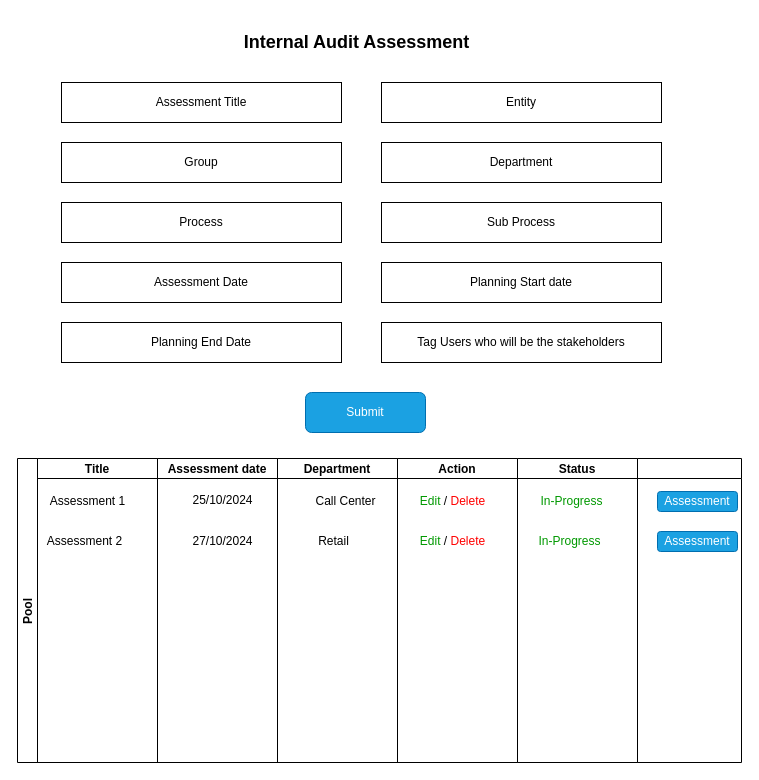
Above: page "Assessment" (1 of 4) of internal_audit.drawio in AvikM1996/draw.io (draw.io), before the change. Source tidied: cells renumbered, new cells numbered last; positions are measured from the earlier drawing's top-left corner, leaving out a move shared by most shapes. Both pictures are drawn from the tidied source at 100%, with x=0, y=0 at pixel (17, 22).
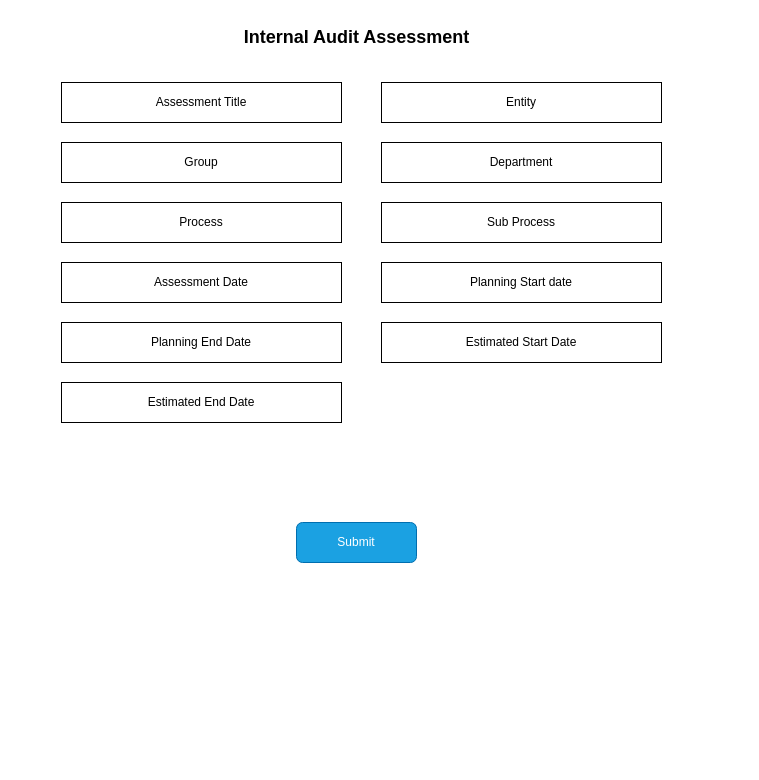
After the change.

The edit, as a diff of the source:
```diff
@@
     <mxCell id="2" value="&lt;font style=&quot;font-size: 18px;&quot;&gt;&lt;b&gt;Internal Audit Assessment&lt;/b&gt;&lt;/font&gt;" style="text;html=1;align=center;verticalAlign=middle;strokeColor=none;fillColor=none;" parent="1" vertex="1">
-      <mxGeometry x="214" width="250" height="40" as="geometry" />
+      <mxGeometry x="214" y="-5" width="250" height="40" as="geometry" />
     </mxCell>
@@
     <mxCell id="10" value="Submit" style="rounded=1;whiteSpace=wrap;html=1;fillColor=#1ba1e2;strokeColor=#006EAF;fontColor=#ffffff;" parent="1" vertex="1">
-      <mxGeometry x="288" y="370" width="120" height="40" as="geometry" />
+      <mxGeometry x="279" y="500" width="120" height="40" as="geometry" />
     </mxCell>
-    <mxCell id="11" value="Pool" style="swimlane;startSize=20;horizontal=0;" parent="1" vertex="1">
-      <mxGeometry y="436" width="380" height="304" as="geometry" />
-    </mxCell>
-    <mxCell id="12" value="Title" style="swimlane;startSize=20;" parent="11" vertex="1">
-      <mxGeometry x="20" width="120" height="304" as="geometry" />
-    </mxCell>
-    <mxCell id="13" value="&lt;font style=&quot;font-size: 12px;&quot;&gt;Assessment 1&lt;/font&gt;" style="text;html=1;align=center;verticalAlign=middle;strokeColor=none;fillColor=none;" parent="12" vertex="1">
-      <mxGeometry y="28" width="100" height="30" as="geometry" />
-    </mxCell>
-    <mxCell id="14" value="Assessment date" style="swimlane;startSize=20;" parent="11" vertex="1">
-      <mxGeometry x="140" width="120" height="304" as="geometry" />
-    </mxCell>
-    <mxCell id="15" value="27/10/2024" style="text;html=1;align=center;verticalAlign=middle;strokeColor=none;fillColor=none;" parent="14" vertex="1">
-      <mxGeometry x="25" y="68" width="80" height="30" as="geometry" />
-    </mxCell>
-    <mxCell id="16" value="Department" style="swimlane;startSize=20;" parent="11" vertex="1">
-      <mxGeometry x="260" width="120" height="304" as="geometry" />
-    </mxCell>
-    <mxCell id="17" value="Action" style="swimlane;startSize=20;" parent="1" vertex="1">
-      <mxGeometry x="380" y="436" width="120" height="304" as="geometry" />
-    </mxCell>
-    <mxCell id="18" value="&lt;font color=&quot;#009900&quot;&gt;Edit &lt;/font&gt;/ &lt;font color=&quot;#ff0000&quot;&gt;Delete&lt;/font&gt;" style="text;html=1;align=center;verticalAlign=middle;strokeColor=none;fillColor=none;" parent="17" vertex="1">
-      <mxGeometry x="10" y="28" width="90" height="30" as="geometry" />
-    </mxCell>
-    <mxCell id="19" value="25/10/2024" style="text;html=1;align=center;verticalAlign=middle;strokeColor=none;fillColor=none;" parent="1" vertex="1">
-      <mxGeometry x="165" y="463" width="80" height="30" as="geometry" />
-    </mxCell>
-    <mxCell id="20" value="Call Center" style="text;html=1;align=center;verticalAlign=middle;strokeColor=none;fillColor=none;" parent="1" vertex="1">
-      <mxGeometry x="288" y="464" width="80" height="30" as="geometry" />
-    </mxCell>
-    <mxCell id="21" value="Status" style="swimlane;startSize=20;" parent="1" vertex="1">
-      <mxGeometry x="500" y="436" width="120" height="304" as="geometry" />
-    </mxCell>
-    <mxCell id="22" value="Assessment 2" style="text;html=1;align=center;verticalAlign=middle;strokeColor=none;fillColor=none;" parent="1" vertex="1">
-      <mxGeometry x="17" y="504" width="100" height="30" as="geometry" />
-    </mxCell>
-    <mxCell id="23" value="Retail" style="text;html=1;align=center;verticalAlign=middle;strokeColor=none;fillColor=none;" parent="1" vertex="1">
-      <mxGeometry x="291" y="504" width="50" height="30" as="geometry" />
-    </mxCell>
-    <mxCell id="24" value="&lt;font color=&quot;#009900&quot;&gt;Edit &lt;/font&gt;/ &lt;font color=&quot;#ff0000&quot;&gt;Delete&lt;/font&gt;" style="text;html=1;align=center;verticalAlign=middle;strokeColor=none;fillColor=none;" parent="1" vertex="1">
-      <mxGeometry x="390" y="504" width="90" height="30" as="geometry" />
-    </mxCell>
@@
-    <mxCell id="27" value="Tag Users who will be the stakeholders" style="rounded=0;whiteSpace=wrap;html=1;" parent="1" vertex="1">
+    <mxCell id="27" value="Estimated Start Date" style="rounded=0;whiteSpace=wrap;html=1;" parent="1" vertex="1">
       <mxGeometry x="364" y="300" width="280" height="40" as="geometry" />
     </mxCell>
-    <mxCell id="28" style="swimlane;startSize=20;" parent="1" vertex="1">
-      <mxGeometry x="620" y="436" width="104" height="304" as="geometry" />
-    </mxCell>
-    <mxCell id="29" value="Assessment" style="rounded=1;whiteSpace=wrap;html=1;fillColor=#1ba1e2;fontColor=#ffffff;strokeColor=#006EAF;" parent="28" vertex="1">
-      <mxGeometry x="20" y="33" width="80" height="20" as="geometry" />
-    </mxCell>
-    <mxCell id="30" value="Assessment" style="rounded=1;whiteSpace=wrap;html=1;fillColor=#1ba1e2;fontColor=#ffffff;strokeColor=#006EAF;" parent="28" vertex="1">
-      <mxGeometry x="20" y="73" width="80" height="20" as="geometry" />
-    </mxCell>
-    <mxCell id="31" value="&lt;font&gt;In-Progress&lt;/font&gt;" style="text;html=1;align=center;verticalAlign=middle;strokeColor=none;fillColor=none;fontColor=#009900;" parent="1" vertex="1">
-      <mxGeometry x="509" y="464" width="90" height="30" as="geometry" />
-    </mxCell>
-    <mxCell id="32" value="&lt;font&gt;In-Progress&lt;/font&gt;" style="text;html=1;align=center;verticalAlign=middle;strokeColor=none;fillColor=none;fontColor=#009900;" parent="1" vertex="1">
-      <mxGeometry x="507" y="504" width="90" height="30" as="geometry" />
-    </mxCell>
+    <mxCell id="33" value="Estimated End Date" style="rounded=0;whiteSpace=wrap;html=1;" parent="1" vertex="1">
+      <mxGeometry x="44" y="360" width="280" height="40" as="geometry" />
+    </mxCell>
```
